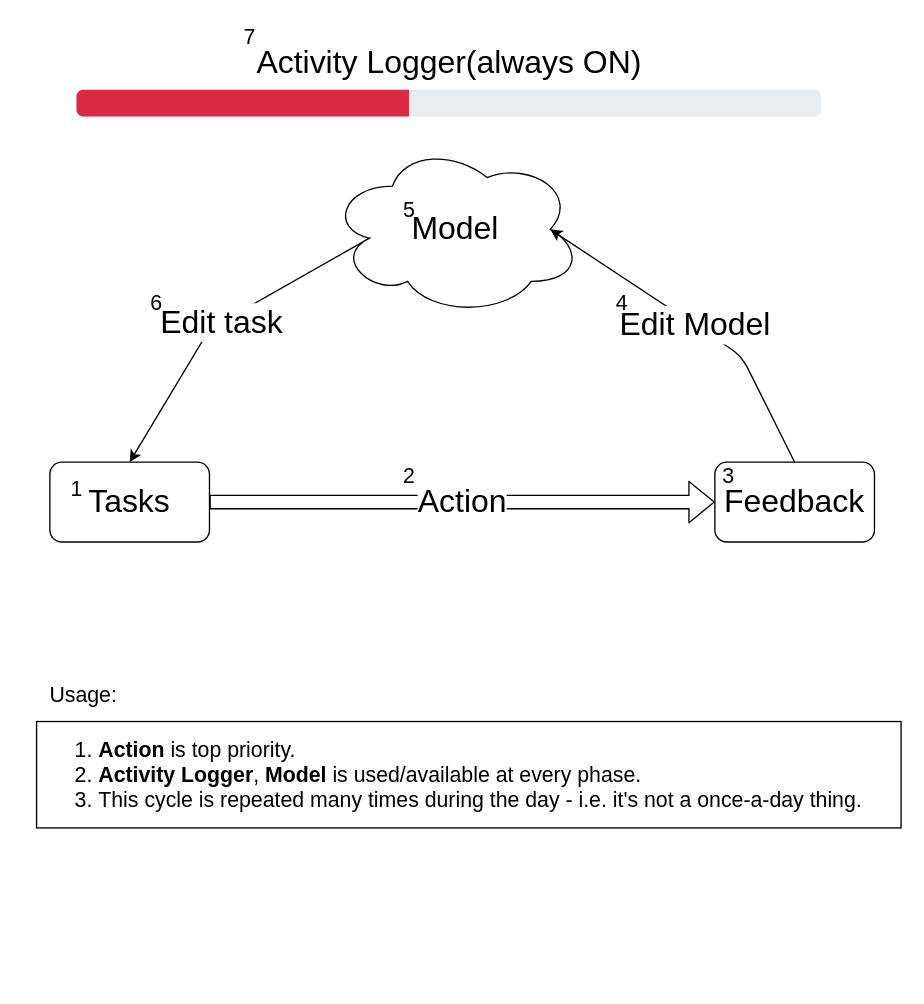
This is page "high-level view" (1 of 9) of calibration_idea.drawio from non-tech-stuff/life-flow, a draw.io file, before an edit. Source tidied: cells renumbered, new cells numbered last; positions are measured from the earlier drawing's top-left corner, leaving out a move shared by most shapes. Both pictures are drawn from the tidied source at 133%, with x=0, y=0 at pixel (36, 23).
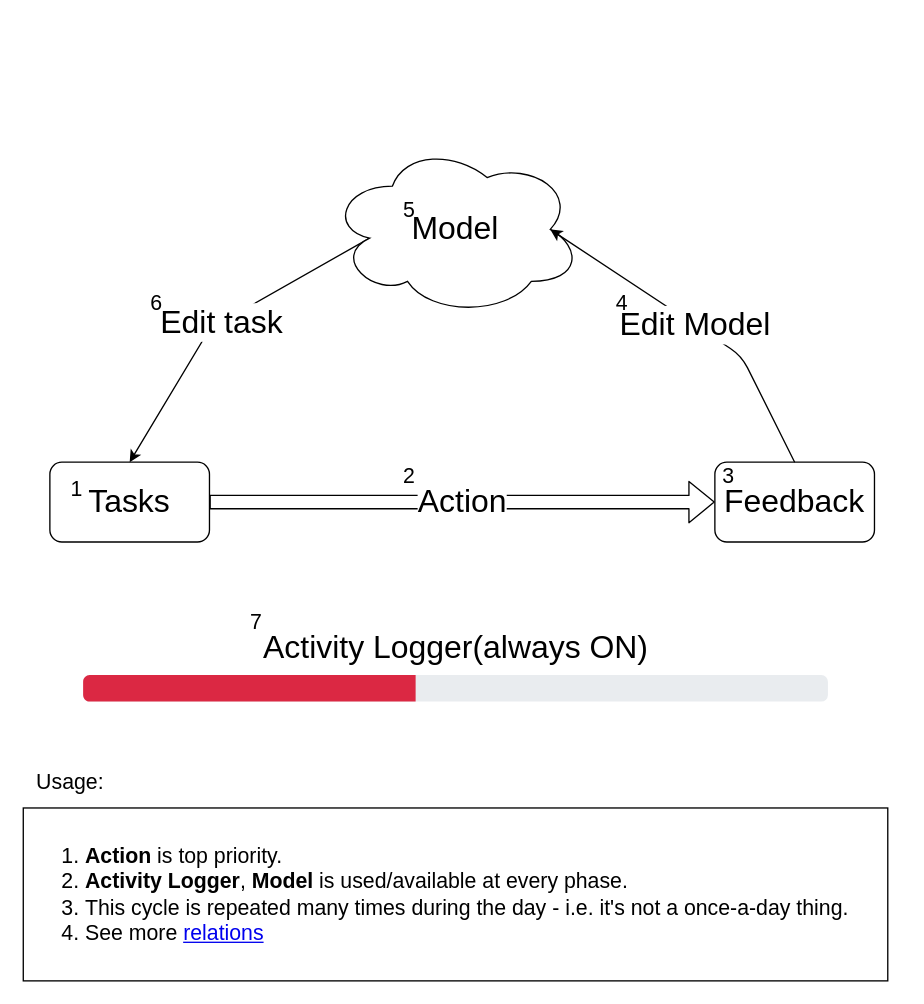
Above is the later version.

Commit message:
Add relations page and minor layout changes

The edit, as a diff of the source:
```diff
@@
-    <mxCell id="7" value="Activity Logger(always ON)" style="html=1;shadow=0;dashed=0;shape=mxgraph.bootstrap.rrect;rSize=5;fillColor=#E9ECEF;strokeColor=none;fontSize=24;spacingBottom=60;" parent="1" vertex="1">
-      <mxGeometry x="30" y="50" width="560" height="20" as="geometry" />
-    </mxCell>
-    <mxCell id="8" style="html=1;shadow=0;dashed=0;shape=mxgraph.bootstrap.leftButton;rSize=5;fillColor=#DB2843;strokeColor=none;" parent="7" vertex="1">
-      <mxGeometry width="250" height="20" relative="1" as="geometry" />
-    </mxCell>
@@
     <mxCell id="15" value="Usage:" style="text;html=1;align=center;verticalAlign=middle;fontSize=16;" parent="1" vertex="1">
-      <mxGeometry y="495" width="70" height="20" as="geometry" />
+      <mxGeometry x="-10" y="560" width="70" height="20" as="geometry" />
     </mxCell>
-    <mxCell id="16" value="&lt;div style=&quot;text-align: left&quot;&gt;&lt;/div&gt;&lt;span&gt;&lt;div style=&quot;text-align: left&quot;&gt;&lt;span&gt;1. &lt;/span&gt;&lt;b&gt;Action&lt;/b&gt;&lt;span&gt;&amp;nbsp;is top priority.&lt;/span&gt;&lt;/div&gt;&lt;/span&gt;&lt;div style=&quot;text-align: left&quot;&gt;&lt;span&gt;2. &lt;/span&gt;&lt;b&gt;Activity Logger&lt;/b&gt;&lt;span&gt;, &lt;/span&gt;&lt;b&gt;Model&lt;/b&gt;&lt;span&gt; is used/available at every phase.&lt;/span&gt;&lt;br&gt;&lt;/div&gt;&lt;div style=&quot;text-align: left&quot;&gt;3.&amp;nbsp;&lt;span&gt;This cycle is repeated many times during the day - i.e. it's not a once-a-day thing.&lt;/span&gt;&lt;/div&gt;" style="rounded=0;whiteSpace=wrap;html=1;fontSize=16;spacing=2;" parent="1" vertex="1">
-      <mxGeometry y="525" width="650" height="80" as="geometry" />
+    <mxCell id="16" value="&lt;div style=&quot;text-align: left&quot;&gt;&lt;/div&gt;&lt;span&gt;&lt;div style=&quot;text-align: left&quot;&gt;&lt;span&gt;1. &lt;/span&gt;&lt;b&gt;Action&lt;/b&gt;&lt;span&gt;&amp;nbsp;is top priority.&lt;/span&gt;&lt;/div&gt;&lt;/span&gt;&lt;div style=&quot;text-align: left&quot;&gt;&lt;span&gt;2. &lt;/span&gt;&lt;b&gt;Activity Logger&lt;/b&gt;&lt;span&gt;, &lt;/span&gt;&lt;b&gt;Model&lt;/b&gt;&lt;span&gt; is used/available at every phase.&lt;/span&gt;&lt;br&gt;&lt;/div&gt;&lt;div style=&quot;text-align: left&quot;&gt;3.&amp;nbsp;This cycle is repeated many times during the day - i.e. it's not a once-a-day thing.&lt;br&gt;4. See more &lt;a href=&quot;data:page/id,djCO8XWZM9nbvtCGziiI&quot;&gt;relations&lt;/a&gt;&lt;/div&gt;" style="rounded=0;whiteSpace=wrap;html=1;fontSize=16;spacing=2;" parent="1" vertex="1">
+      <mxGeometry x="-10" y="590" width="650" height="130" as="geometry" />
     </mxCell>
@@
+    <mxCell id="19" style="group;" parent="1" vertex="1">
+      <mxGeometry x="35" y="440" width="560" height="70" as="geometry" />
+    </mxCell>
+    <mxCell id="7" value="Activity Logger(always ON)" style="html=1;shadow=0;dashed=0;shape=mxgraph.bootstrap.rrect;rSize=5;fillColor=#E9ECEF;strokeColor=none;fontSize=24;spacingBottom=60;" parent="19" vertex="1">
+      <mxGeometry y="50" width="560" height="20" as="geometry" />
+    </mxCell>
+    <mxCell id="8" style="html=1;shadow=0;dashed=0;shape=mxgraph.bootstrap.leftButton;rSize=5;fillColor=#DB2843;strokeColor=none;" parent="7" vertex="1">
+      <mxGeometry width="250" height="20" relative="1" as="geometry" />
+    </mxCell>
-    <mxCell id="18" value="7" style="text;html=1;align=center;verticalAlign=middle;fontSize=16;" parent="1" vertex="1">
-      <mxGeometry x="150" width="20" height="20" as="geometry" />
+    <mxCell id="18" value="7" style="text;html=1;align=center;verticalAlign=middle;fontSize=16;" parent="19" vertex="1">
+      <mxGeometry x="120" width="20" height="20" as="geometry" />
     </mxCell>
```
